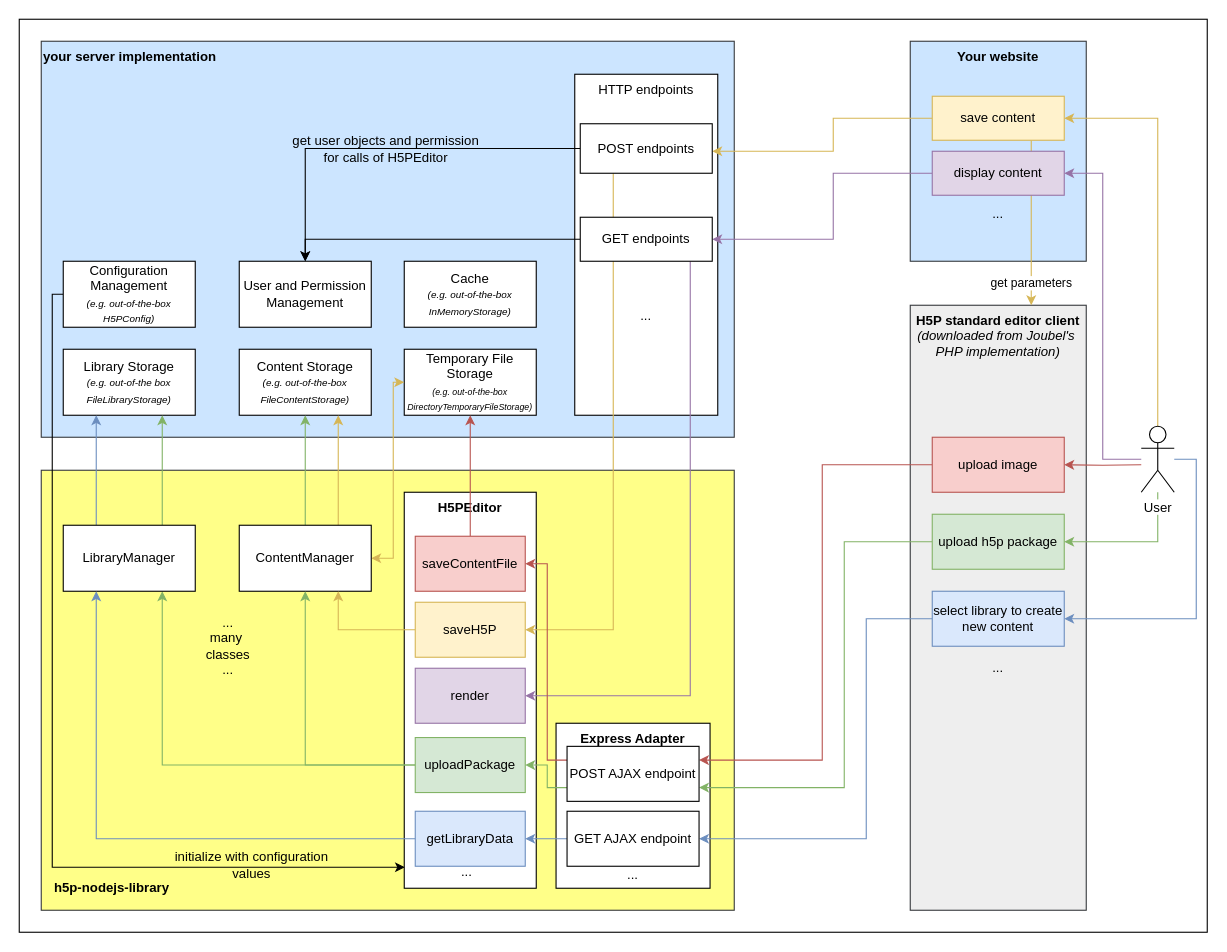
Above: docs/usage/editor-architecture.drawio in Lumieducation/H5P-Nodejs-library (draw.io), before the change. Source tidied: cells renumbered, new cells numbered last; positions are measured from the earlier drawing's top-left corner, leaving out a move shared by most shapes. Both pictures are drawn from the tidied source at 110%, with x=0, y=0 at pixel (19, 19).
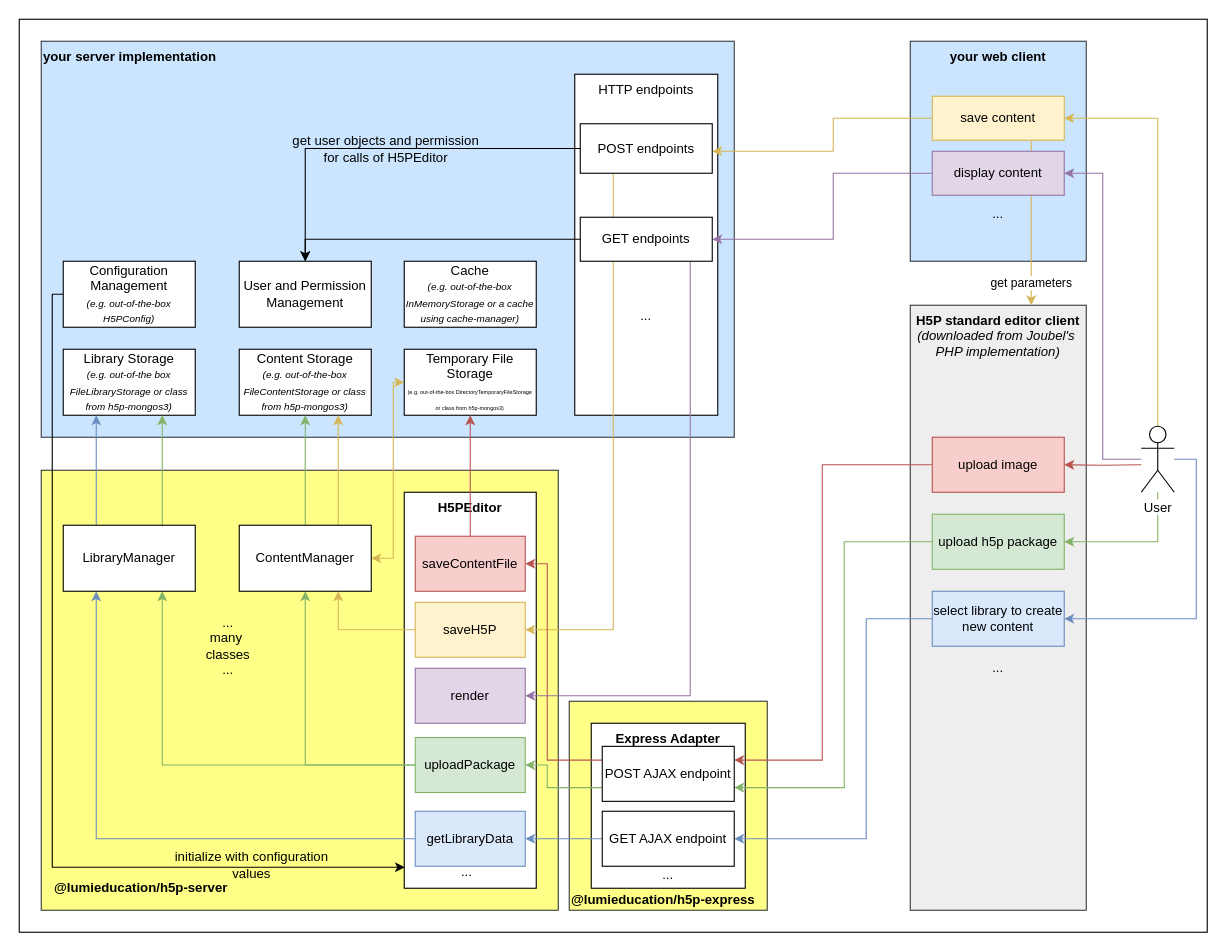
The same diagram, later.

Diff of the diagram source:
```diff
@@
+    <mxCell id="71" value="&lt;b&gt;@lumieducation/h5p-express&lt;/b&gt;" style="rounded=0;whiteSpace=wrap;html=1;fillColor=#ffff88;strokeColor=#36393d;align=left;verticalAlign=bottom;" parent="1" vertex="1">
+      <mxGeometry x="500" y="620" width="180" height="190" as="geometry" />
+    </mxCell>
     <mxCell id="3" style="rounded=0;whiteSpace=wrap;html=1;fillColor=#ffff88;strokeColor=#36393d;" parent="1" vertex="1">
-      <mxGeometry x="20" y="410" width="630" height="400" as="geometry" />
+      <mxGeometry x="20" y="410" width="470" height="400" as="geometry" />
     </mxCell>
     <mxCell id="4" value="&lt;b&gt;Express Adapter&lt;/b&gt;" style="rounded=0;whiteSpace=wrap;html=1;align=center;verticalAlign=top;" parent="1" vertex="1">
-      <mxGeometry x="488" y="640" width="140" height="150" as="geometry" />
+      <mxGeometry x="520" y="640" width="140" height="150" as="geometry" />
     </mxCell>
@@
-    <mxCell id="7" value="&lt;b&gt;h5p-nodejs-library&lt;/b&gt;" style="text;html=1;strokeColor=none;fillColor=none;align=left;verticalAlign=middle;whiteSpace=wrap;rounded=0;" parent="1" vertex="1">
+    <mxCell id="7" value="&lt;b&gt;@lumieducation/h5p-server&lt;/b&gt;" style="text;html=1;strokeColor=none;fillColor=none;align=left;verticalAlign=middle;whiteSpace=wrap;rounded=0;" parent="1" vertex="1">
       <mxGeometry x="30" y="780" width="240" height="20" as="geometry" />
     </mxCell>
-    <mxCell id="8" value="Library Storage&lt;br&gt;&lt;i&gt;&lt;font style=&quot;font-size: 9px&quot;&gt;(e.g. out-of-the box FileLibraryStorage)&lt;/font&gt;&lt;/i&gt;" style="rounded=0;whiteSpace=wrap;html=1;" parent="1" vertex="1">
+    <mxCell id="8" value="Library Storage&lt;br&gt;&lt;i&gt;&lt;font style=&quot;font-size: 9px&quot;&gt;(e.g. out-of-the box FileLibraryStorage or class from h5p-mongos3)&lt;/font&gt;&lt;/i&gt;" style="rounded=0;whiteSpace=wrap;html=1;" parent="1" vertex="1">
       <mxGeometry x="40" y="300" width="120" height="60" as="geometry" />
     </mxCell>
-    <mxCell id="9" value="Content Storage&lt;br&gt;&lt;i&gt;&lt;font style=&quot;font-size: 9px&quot;&gt;(e.g. out-of-the-box FileContentStorage)&lt;/font&gt;&lt;/i&gt;" style="rounded=0;whiteSpace=wrap;html=1;" parent="1" vertex="1">
+    <mxCell id="9" value="Content Storage&lt;br&gt;&lt;i&gt;&lt;font style=&quot;font-size: 9px&quot;&gt;(e.g. out-of-the-box FileContentStorage&amp;nbsp;&lt;/font&gt;&lt;/i&gt;&lt;i&gt;&lt;font style=&quot;font-size: 9px&quot;&gt;or class from h5p-mongos3)&lt;/font&gt;&lt;/i&gt;" style="rounded=0;whiteSpace=wrap;html=1;" parent="1" vertex="1">
       <mxGeometry x="200" y="300" width="120" height="60" as="geometry" />
     </mxCell>
-    <mxCell id="10" value="Temporary File Storage &lt;br&gt;&lt;i&gt;&lt;font style=&quot;font-size: 8px&quot;&gt;(e.g. out-of-the-box DirectoryTemporaryFileStorage)&lt;/font&gt;&lt;/i&gt;" style="rounded=0;whiteSpace=wrap;html=1;" parent="1" vertex="1">
+    <mxCell id="10" value="Temporary File Storage &lt;br&gt;&lt;span style=&quot;line-height: 80%&quot;&gt;&lt;font style=&quot;font-size: 5px&quot;&gt;(e.g. out-of-the-box DirectoryTemporaryFileStorage or class from h5p-mongos3)&lt;/font&gt;&lt;/span&gt;" style="rounded=0;whiteSpace=wrap;html=1;" parent="1" vertex="1">
       <mxGeometry x="350" y="300" width="120" height="60" as="geometry" />
     </mxCell>
@@
-    <mxCell id="15" value="Cache&lt;br&gt;&lt;font style=&quot;font-size: 9px&quot;&gt;&lt;i&gt;(e.g. out-of-the-box InMemoryStorage)&lt;/i&gt;&lt;/font&gt;" style="rounded=0;whiteSpace=wrap;html=1;align=center;" parent="1" vertex="1">
+    <mxCell id="15" value="Cache&lt;br&gt;&lt;font style=&quot;font-size: 9px&quot;&gt;&lt;i&gt;(e.g. out-of-the-box InMemoryStorage or a cache using cache-manager)&lt;/i&gt;&lt;/font&gt;" style="rounded=0;whiteSpace=wrap;html=1;align=center;" parent="1" vertex="1">
       <mxGeometry x="350" y="220" width="120" height="60" as="geometry" />
     </mxCell>
@@
-    <mxCell id="17" value="&lt;b&gt;Your website&lt;/b&gt;" style="rounded=0;whiteSpace=wrap;html=1;align=center;verticalAlign=top;fillColor=#cce5ff;strokeColor=#36393d;" parent="1" vertex="1">
+    <mxCell id="17" value="&lt;b&gt;your web client&lt;/b&gt;" style="rounded=0;whiteSpace=wrap;html=1;align=center;verticalAlign=top;fillColor=#cce5ff;strokeColor=#36393d;" parent="1" vertex="1">
       <mxGeometry x="810" y="20" width="160" height="200" as="geometry" />
     </mxCell>
@@
     <mxCell id="67" value="POST AJAX endpoint" style="rounded=0;whiteSpace=wrap;html=1;" parent="1" vertex="1">
-      <mxGeometry x="498" y="661" width="120" height="50" as="geometry" />
+      <mxGeometry x="530" y="661" width="120" height="50" as="geometry" />
     </mxCell>
@@
     <mxCell id="69" value="GET AJAX endpoint" style="rounded=0;whiteSpace=wrap;html=1;" parent="1" vertex="1">
-      <mxGeometry x="498" y="720" width="120" height="50" as="geometry" />
+      <mxGeometry x="530" y="720" width="120" height="50" as="geometry" />
     </mxCell>
     <mxCell id="70" value="..." style="text;html=1;strokeColor=none;fillColor=none;align=center;verticalAlign=middle;whiteSpace=wrap;rounded=0;" parent="1" vertex="1">
-      <mxGeometry x="538" y="768" width="40" height="20" as="geometry" />
+      <mxGeometry x="570" y="768" width="40" height="20" as="geometry" />
     </mxCell>
```
